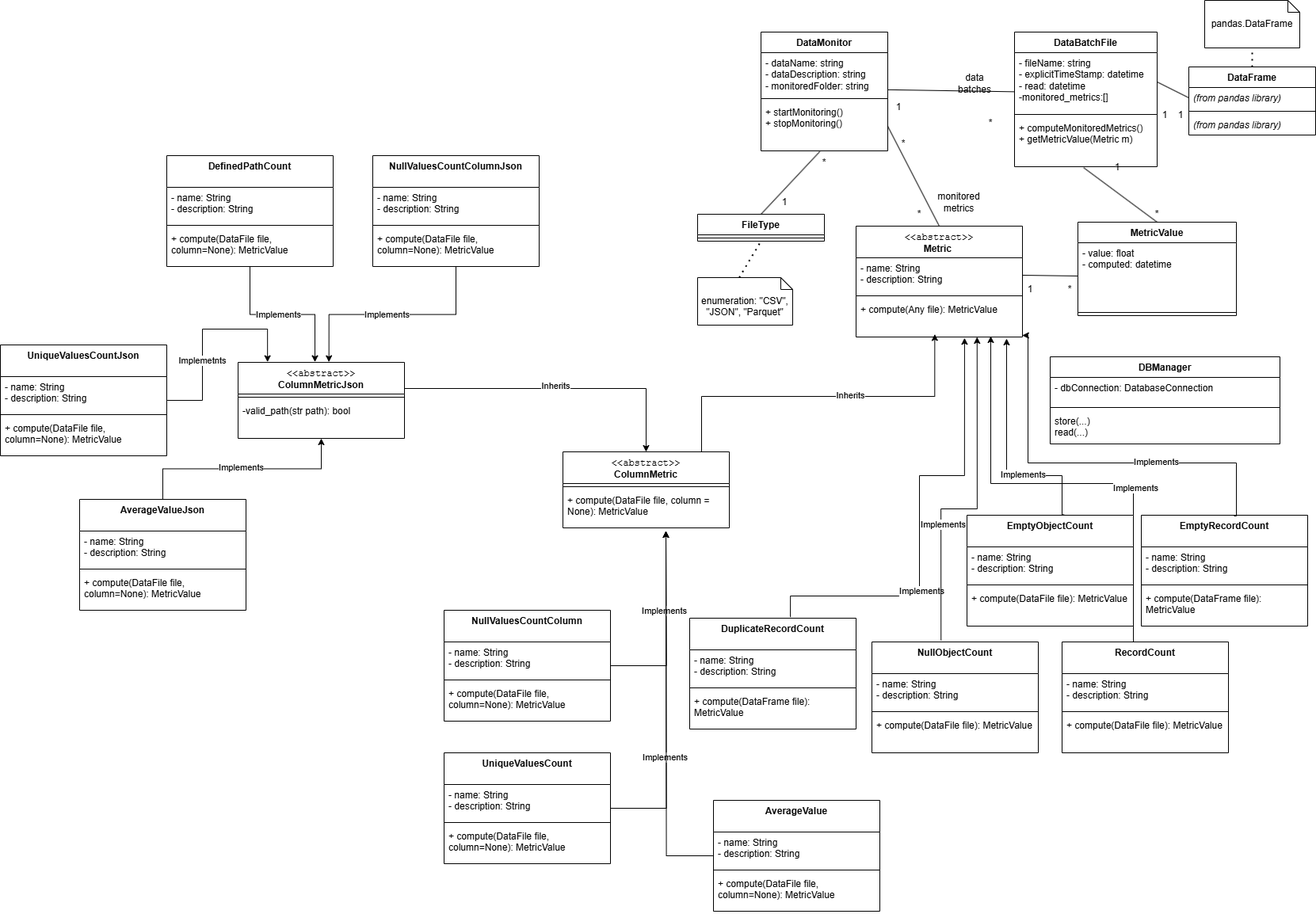
Earlier version of the draw.io export Rocnikovy_projekt/Specification/ObjectDesign.drawio.png (Arsenii-Nemchenko/Monitoring-data-quality). Source tidied: cells renumbered, new cells last; positions are measured from the earlier drawing's top-left corner, leaving out a move shared by most shapes.
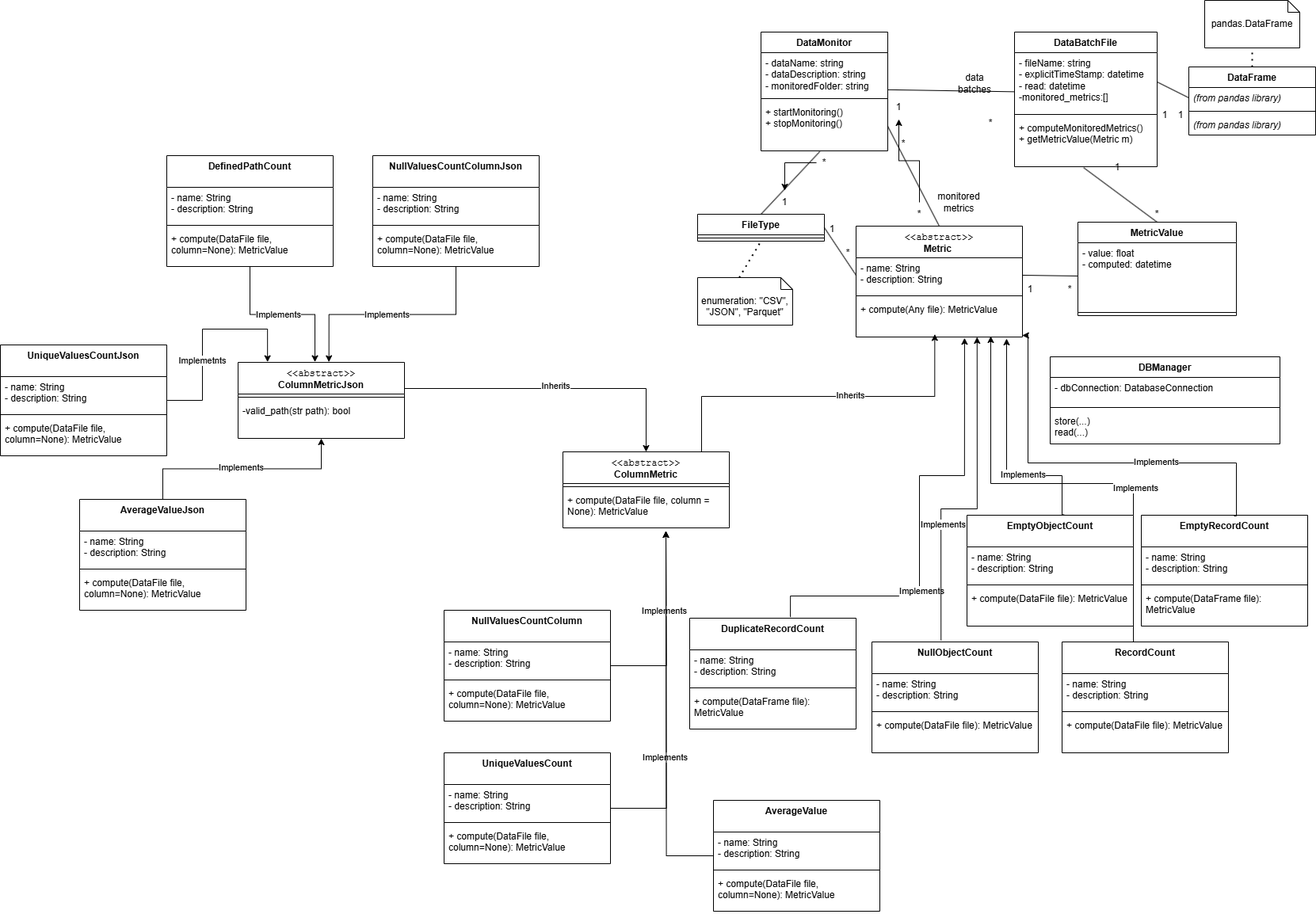
The same file after the commit.

Commit message:
Updated object design

What changed in the source:
```diff
@@ -95,6 +95,9 @@
     <mxCell id="32" style="endArrow=none;html=1;rounded=0;entryX=0.464;entryY=1.014;entryDx=0;entryDy=0;entryPerimeter=0;exitX=0.5;exitY=0;exitDx=0;exitDy=0;" parent="1" edge="1" source="6" target="22">
       <mxGeometry relative="1" as="geometry" />
     </mxCell>
+    <mxCell id="132" style="edgeStyle=orthogonalEdgeStyle;rounded=0;jettySize=auto;html=1;" parent="1" edge="1" source="33" target="36">
+      <mxGeometry relative="1" as="geometry" />
+    </mxCell>
     <mxCell id="33" value="*" style="text;html=1;align=center;verticalAlign=middle;whiteSpace=wrap;rounded=0;" parent="1" vertex="1">
       <mxGeometry x="1130" y="255" width="60" height="30" as="geometry" />
     </mxCell>
@@ -146,6 +149,9 @@
     <mxCell id="49" value="1" style="text;html=1;align=center;verticalAlign=middle;whiteSpace=wrap;rounded=0;" parent="1" vertex="1">
       <mxGeometry x="980" y="240" width="20" height="30" as="geometry" />
     </mxCell>
+    <mxCell id="133" style="edgeStyle=orthogonalEdgeStyle;rounded=0;jettySize=auto;html=1;" parent="1" edge="1" source="50" target="49">
+      <mxGeometry relative="1" as="geometry" />
+    </mxCell>
     <mxCell id="50" value="*" style="text;html=1;align=center;verticalAlign=middle;whiteSpace=wrap;rounded=0;" parent="1" vertex="1">
       <mxGeometry x="1030" y="190" width="20" height="30" as="geometry" />
     </mxCell>
@@ -443,5 +449,14 @@
     <mxCell id="131" value="+ compute(DataFile file, column=None): MetricValue" style="text;strokeColor=none;fillColor=none;align=left;verticalAlign=top;spacingLeft=4;spacingRight=4;overflow=hidden;whiteSpace=wrap;html=1;" parent="128" vertex="1">
       <mxGeometry y="92" width="210" height="48" as="geometry" />
     </mxCell>
+    <mxCell id="134" style="endArrow=none;html=1;rounded=0;entryX=0;entryY=0.5;entryDx=0;entryDy=0;exitX=1;exitY=0.5;exitDx=0;exitDy=0;" parent="1" edge="1" source="6" target="13">
+      <mxGeometry relative="1" as="geometry" />
+    </mxCell>
+    <mxCell id="135" value="*" style="text;html=1;align=center;verticalAlign=middle;whiteSpace=wrap;rounded=0;" parent="1" vertex="1">
+      <mxGeometry x="1060" y="304" width="20" height="30" as="geometry" />
+    </mxCell>
+    <mxCell id="136" value="1" style="text;html=1;align=center;verticalAlign=middle;whiteSpace=wrap;rounded=0;" parent="1" vertex="1">
+      <mxGeometry x="1040" y="274" width="20" height="30" as="geometry" />
+    </mxCell>
   </root>
 </mxGraphModel>
```
